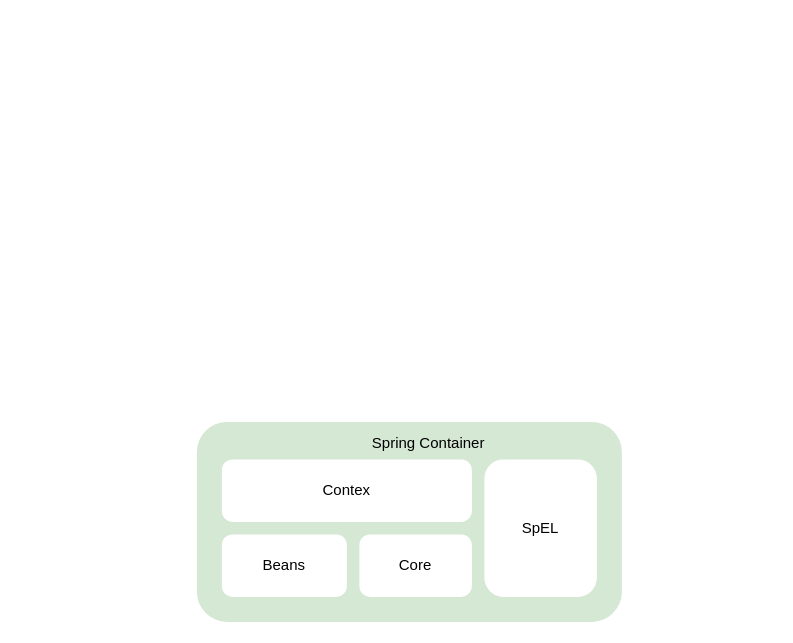
tanzicai/OSS_IMG keeps this draw.io diagram as 未命名绘图.drawio. Above is the earlier version. Source tidied: cells renumbered, new cells numbered last; positions are measured from the earlier drawing's top-left corner, leaving out a move shared by most shapes. Both pictures are drawn from the tidied source at 125%, with x=0, y=0 at pixel (196, 409).
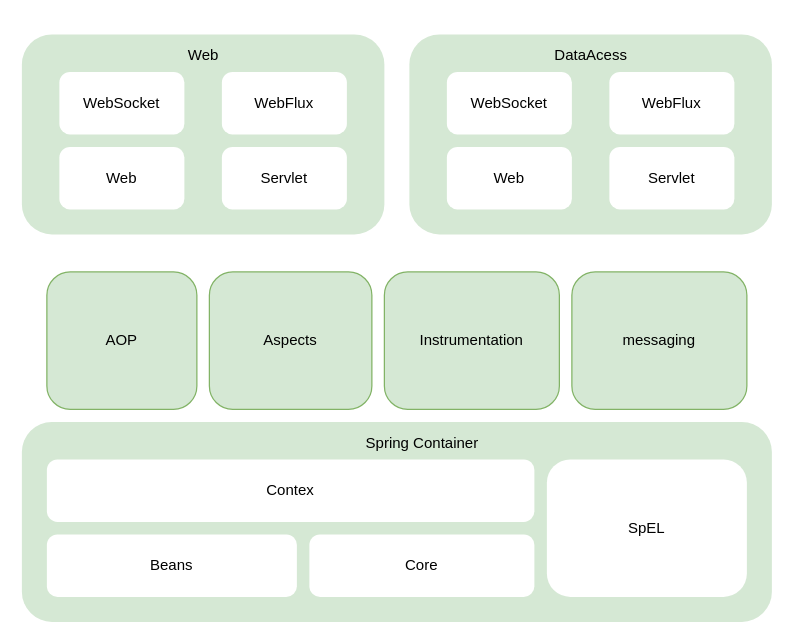
Above is the later version.

Commit message:
更新未命名绘图.drawio

The edit, as a diff of the source:
```diff
@@
     <mxCell id="2" value="&lt;p&gt;&lt;br&gt;&lt;/p&gt;" style="rounded=1;whiteSpace=wrap;html=1;fillColor=#d5e8d4;strokeColor=none;" parent="1" vertex="1">
-      <mxGeometry y="10" width="340" height="160" as="geometry" />
+      <mxGeometry x="-140" y="10" width="600" height="160" as="geometry" />
     </mxCell>
     <mxCell id="3" value="&lt;p style=&quot;border-color: var(--border-color);&quot;&gt;Spring Container&lt;/p&gt;&lt;p style=&quot;border-color: var(--border-color);&quot;&gt;&lt;br style=&quot;border-color: var(--border-color);&quot;&gt;&lt;/p&gt;" style="text;html=1;align=center;verticalAlign=middle;strokeColor=none;fillColor=none;" parent="1" vertex="1">
-      <mxGeometry x="130" width="110" height="80" as="geometry" />
+      <mxGeometry x="125" width="110" height="80" as="geometry" />
     </mxCell>
     <mxCell id="4" value="&lt;p&gt;Beans&lt;/p&gt;" style="rounded=1;whiteSpace=wrap;html=1;strokeColor=none;arcSize=17;" parent="1" vertex="1">
-      <mxGeometry x="20" y="100" width="100" height="50" as="geometry" />
+      <mxGeometry x="-120" y="100" width="200" height="50" as="geometry" />
     </mxCell>
     <mxCell id="5" value="&lt;p&gt;Core&lt;/p&gt;" style="rounded=1;whiteSpace=wrap;html=1;strokeColor=none;arcSize=17;" parent="1" vertex="1">
-      <mxGeometry x="130" y="100" width="90" height="50" as="geometry" />
+      <mxGeometry x="90" y="100" width="180" height="50" as="geometry" />
     </mxCell>
     <mxCell id="6" value="&lt;p&gt;Contex&lt;/p&gt;" style="rounded=1;whiteSpace=wrap;html=1;strokeColor=none;arcSize=17;" parent="1" vertex="1">
-      <mxGeometry x="20" y="40" width="200" height="50" as="geometry" />
+      <mxGeometry x="-120" y="40" width="390" height="50" as="geometry" />
     </mxCell>
     <mxCell id="7" value="&lt;p&gt;SpEL&lt;br&gt;&lt;/p&gt;" style="rounded=1;whiteSpace=wrap;html=1;strokeColor=none;arcSize=17;" parent="1" vertex="1">
-      <mxGeometry x="230" y="40" width="90" height="110" as="geometry" />
+      <mxGeometry x="280" y="40" width="160" height="110" as="geometry" />
     </mxCell>
+    <mxCell id="8" value="&lt;p&gt;AOP&lt;br&gt;&lt;/p&gt;" style="rounded=1;whiteSpace=wrap;html=1;strokeColor=#82b366;arcSize=17;fillColor=#d5e8d4;" parent="1" vertex="1">
+      <mxGeometry x="-120" y="-110" width="120" height="110" as="geometry" />
+    </mxCell>
+    <mxCell id="9" value="&lt;p&gt;Aspects&lt;br&gt;&lt;/p&gt;" style="rounded=1;whiteSpace=wrap;html=1;strokeColor=#82b366;arcSize=17;fillColor=#d5e8d4;" parent="1" vertex="1">
+      <mxGeometry x="10" y="-110" width="130" height="110" as="geometry" />
+    </mxCell>
+    <mxCell id="10" value="&lt;p&gt;Instrumentation&lt;br&gt;&lt;/p&gt;" style="rounded=1;whiteSpace=wrap;html=1;strokeColor=#82b366;arcSize=17;fillColor=#d5e8d4;" parent="1" vertex="1">
+      <mxGeometry x="150" y="-110" width="140" height="110" as="geometry" />
+    </mxCell>
+    <mxCell id="11" value="&lt;p&gt;messaging&lt;br&gt;&lt;/p&gt;" style="rounded=1;whiteSpace=wrap;html=1;strokeColor=#82b366;arcSize=17;fillColor=#d5e8d4;" parent="1" vertex="1">
+      <mxGeometry x="300" y="-110" width="140" height="110" as="geometry" />
+    </mxCell>
+    <mxCell id="12" value="&lt;p&gt;&lt;br&gt;&lt;/p&gt;" style="rounded=1;whiteSpace=wrap;html=1;fillColor=#d5e8d4;strokeColor=none;" parent="1" vertex="1">
+      <mxGeometry x="-140" y="-300" width="290" height="160" as="geometry" />
+    </mxCell>
+    <mxCell id="13" value="&lt;p&gt;Web&lt;/p&gt;" style="rounded=1;whiteSpace=wrap;html=1;strokeColor=none;arcSize=17;" parent="1" vertex="1">
+      <mxGeometry x="-110" y="-210" width="100" height="50" as="geometry" />
+    </mxCell>
+    <mxCell id="14" value="&lt;p style=&quot;border-color: var(--border-color);&quot;&gt;Web&lt;/p&gt;&lt;p style=&quot;border-color: var(--border-color);&quot;&gt;&lt;br style=&quot;border-color: var(--border-color);&quot;&gt;&lt;/p&gt;" style="text;html=1;align=center;verticalAlign=middle;strokeColor=none;fillColor=none;" parent="1" vertex="1">
+      <mxGeometry x="-20" y="-310" width="50" height="80" as="geometry" />
+    </mxCell>
+    <mxCell id="15" value="&lt;p&gt;WebSocket&lt;/p&gt;" style="rounded=1;whiteSpace=wrap;html=1;strokeColor=none;arcSize=17;" parent="1" vertex="1">
+      <mxGeometry x="-110" y="-270" width="100" height="50" as="geometry" />
+    </mxCell>
+    <mxCell id="16" value="&lt;p&gt;WebFlux&lt;/p&gt;" style="rounded=1;whiteSpace=wrap;html=1;strokeColor=none;arcSize=17;" parent="1" vertex="1">
+      <mxGeometry x="20" y="-270" width="100" height="50" as="geometry" />
+    </mxCell>
+    <mxCell id="17" value="&lt;p&gt;Servlet&lt;/p&gt;" style="rounded=1;whiteSpace=wrap;html=1;strokeColor=none;arcSize=17;" parent="1" vertex="1">
+      <mxGeometry x="20" y="-210" width="100" height="50" as="geometry" />
+    </mxCell>
+    <mxCell id="18" value="&lt;p&gt;&lt;br&gt;&lt;/p&gt;" style="rounded=1;whiteSpace=wrap;html=1;fillColor=#d5e8d4;strokeColor=none;" parent="1" vertex="1">
+      <mxGeometry x="170" y="-300" width="290" height="160" as="geometry" />
+    </mxCell>
+    <mxCell id="19" value="&lt;p&gt;Web&lt;/p&gt;" style="rounded=1;whiteSpace=wrap;html=1;strokeColor=none;arcSize=17;" parent="1" vertex="1">
+      <mxGeometry x="200" y="-210" width="100" height="50" as="geometry" />
+    </mxCell>
+    <mxCell id="20" value="&lt;p style=&quot;border-color: var(--border-color);&quot;&gt;DataAcess&lt;/p&gt;&lt;p style=&quot;border-color: var(--border-color);&quot;&gt;&lt;br style=&quot;border-color: var(--border-color);&quot;&gt;&lt;/p&gt;" style="text;html=1;align=center;verticalAlign=middle;strokeColor=none;fillColor=none;" parent="1" vertex="1">
+      <mxGeometry x="275" y="-310" width="80" height="80" as="geometry" />
+    </mxCell>
+    <mxCell id="21" value="&lt;p&gt;WebSocket&lt;/p&gt;" style="rounded=1;whiteSpace=wrap;html=1;strokeColor=none;arcSize=17;" parent="1" vertex="1">
+      <mxGeometry x="200" y="-270" width="100" height="50" as="geometry" />
+    </mxCell>
+    <mxCell id="22" value="&lt;p&gt;WebFlux&lt;/p&gt;" style="rounded=1;whiteSpace=wrap;html=1;strokeColor=none;arcSize=17;" parent="1" vertex="1">
+      <mxGeometry x="330" y="-270" width="100" height="50" as="geometry" />
+    </mxCell>
+    <mxCell id="23" value="&lt;p&gt;Servlet&lt;/p&gt;" style="rounded=1;whiteSpace=wrap;html=1;strokeColor=none;arcSize=17;" parent="1" vertex="1">
+      <mxGeometry x="330" y="-210" width="100" height="50" as="geometry" />
+    </mxCell>
```
